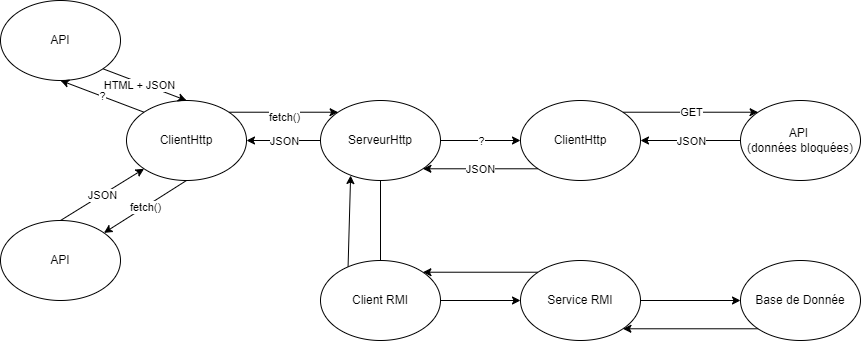
Earlier version of the draw.io export web/architecture.png (LucDechezlepretre/Projet_application_repartie). Source tidied: cells renumbered, new cells last; positions are measured from the earlier drawing's top-left corner, leaving out a move shared by most shapes. Source of this version:
```xml
<mxGraphModel>
  <root>
    <mxCell id="0" />
    <mxCell id="1" parent="0" />
    <mxCell id="2" value="API" style="ellipse;whiteSpace=wrap;html=1;" parent="1" vertex="1">
      <mxGeometry y="220" width="120" height="80" as="geometry" />
    </mxCell>
    <mxCell id="3" value="ClientHttp" style="ellipse;whiteSpace=wrap;html=1;" parent="1" vertex="1">
      <mxGeometry x="126" y="100" width="120" height="80" as="geometry" />
    </mxCell>
    <mxCell id="4" style="endArrow=classic;html=1;rounded=0;exitX=0.5;exitY=0;exitDx=0;exitDy=0;entryX=0;entryY=1;entryDx=0;entryDy=0;" parent="1" edge="1" source="2" target="3">
      <mxGeometry relative="1" as="geometry" />
    </mxCell>
    <mxCell id="5" value="JSON" style="edgeLabel;html=1;align=center;verticalAlign=middle;" parent="4" vertex="1">
      <mxGeometry relative="1" as="geometry" />
    </mxCell>
    <mxCell id="6" style="endArrow=classic;html=1;rounded=0;exitX=0.5;exitY=1;exitDx=0;exitDy=0;" parent="1" edge="1" source="3" target="2">
      <mxGeometry relative="1" as="geometry" />
    </mxCell>
    <mxCell id="7" value="fetch()" style="edgeLabel;html=1;align=center;verticalAlign=middle;" parent="6" vertex="1">
      <mxGeometry relative="1" as="geometry" />
    </mxCell>
    <mxCell id="8" value="API" style="ellipse;whiteSpace=wrap;html=1;" parent="1" vertex="1">
      <mxGeometry width="120" height="80" as="geometry" />
    </mxCell>
    <mxCell id="9" style="endArrow=classic;html=1;rounded=0;exitX=1;exitY=1;exitDx=0;exitDy=0;entryX=0.5;entryY=0;entryDx=0;entryDy=0;" parent="1" edge="1" source="8" target="3">
      <mxGeometry relative="1" as="geometry" />
    </mxCell>
    <mxCell id="10" value="HTML + JSON" style="edgeLabel;html=1;align=center;verticalAlign=middle;" parent="9" vertex="1">
      <mxGeometry relative="1" as="geometry">
        <mxPoint x="-6" as="offset" />
      </mxGeometry>
    </mxCell>
    <mxCell id="11" style="endArrow=classic;html=1;rounded=0;exitX=0;exitY=0;exitDx=0;exitDy=0;entryX=0.5;entryY=1;entryDx=0;entryDy=0;" parent="1" edge="1" source="3" target="8">
      <mxGeometry relative="1" as="geometry" />
    </mxCell>
    <mxCell id="12" value="?" style="edgeLabel;html=1;align=center;verticalAlign=middle;" parent="11" vertex="1">
      <mxGeometry relative="1" as="geometry" />
    </mxCell>
    <mxCell id="13" value="ServeurHttp" style="ellipse;whiteSpace=wrap;html=1;" parent="1" vertex="1">
      <mxGeometry x="320" y="100" width="120" height="80" as="geometry" />
    </mxCell>
    <mxCell id="14" style="endArrow=classic;html=1;rounded=0;exitX=1;exitY=0;exitDx=0;exitDy=0;entryX=0;entryY=0;entryDx=0;entryDy=0;" parent="1" edge="1" source="3" target="13">
      <mxGeometry relative="1" as="geometry" />
    </mxCell>
    <mxCell id="15" value="fetch()" style="edgeLabel;html=1;align=center;verticalAlign=middle;" parent="14" vertex="1">
      <mxGeometry relative="1" as="geometry">
        <mxPoint y="5" as="offset" />
      </mxGeometry>
    </mxCell>
    <mxCell id="16" style="endArrow=classic;html=1;rounded=0;exitX=0;exitY=0.5;exitDx=0;exitDy=0;entryX=1;entryY=0.5;entryDx=0;entryDy=0;" parent="1" edge="1" source="13" target="3">
      <mxGeometry relative="1" as="geometry" />
    </mxCell>
    <mxCell id="17" value="JSON" style="edgeLabel;html=1;align=center;verticalAlign=middle;" parent="16" vertex="1">
      <mxGeometry relative="1" as="geometry" />
    </mxCell>
    <mxCell id="18" value="ClientHttp" style="ellipse;whiteSpace=wrap;html=1;" parent="1" vertex="1">
      <mxGeometry x="520" y="100" width="120" height="80" as="geometry" />
    </mxCell>
    <mxCell id="19" style="endArrow=classic;html=1;rounded=0;exitX=0;exitY=1;exitDx=0;exitDy=0;entryX=1;entryY=1;entryDx=0;entryDy=0;" parent="1" edge="1" source="18" target="13">
      <mxGeometry relative="1" as="geometry" />
    </mxCell>
    <mxCell id="20" value="JSON" style="edgeLabel;html=1;align=center;verticalAlign=middle;" parent="19" vertex="1">
      <mxGeometry relative="1" as="geometry" />
    </mxCell>
    <mxCell id="21" style="endArrow=classic;html=1;rounded=0;exitX=1;exitY=0.5;exitDx=0;exitDy=0;entryX=0;entryY=0.5;entryDx=0;entryDy=0;" parent="1" edge="1" source="13" target="18">
      <mxGeometry relative="1" as="geometry" />
    </mxCell>
    <mxCell id="22" value="?" style="edgeLabel;html=1;align=center;verticalAlign=middle;" parent="21" vertex="1">
      <mxGeometry relative="1" as="geometry" />
    </mxCell>
    <mxCell id="23" value="API&amp;nbsp;&lt;div&gt;(données bloquées)&lt;/div&gt;" style="ellipse;whiteSpace=wrap;html=1;" parent="1" vertex="1">
      <mxGeometry x="740" y="100" width="120" height="80" as="geometry" />
    </mxCell>
    <mxCell id="24" style="endArrow=classic;html=1;rounded=0;exitX=0;exitY=0.5;exitDx=0;exitDy=0;entryX=1;entryY=0.5;entryDx=0;entryDy=0;" parent="1" edge="1" source="23" target="18">
      <mxGeometry relative="1" as="geometry" />
    </mxCell>
    <mxCell id="25" value="JSON" style="edgeLabel;html=1;align=center;verticalAlign=middle;" parent="24" vertex="1">
      <mxGeometry relative="1" as="geometry" />
    </mxCell>
    <mxCell id="26" style="endArrow=classic;html=1;rounded=0;exitX=1;exitY=0;exitDx=0;exitDy=0;entryX=0;entryY=0;entryDx=0;entryDy=0;" parent="1" edge="1" source="18" target="23">
      <mxGeometry relative="1" as="geometry" />
    </mxCell>
    <mxCell id="27" value="GET" style="edgeLabel;html=1;align=center;verticalAlign=middle;" parent="26" vertex="1">
      <mxGeometry relative="1" as="geometry" />
    </mxCell>
    <mxCell id="28" style="endArrow=classic;html=1;rounded=0;entryX=1;entryY=0;entryDx=0;entryDy=0;exitX=0;exitY=0;exitDx=0;exitDy=0;" parent="1" edge="1" source="35" target="34">
      <mxGeometry relative="1" as="geometry" />
    </mxCell>
    <mxCell id="29" style="endArrow=classic;html=1;rounded=0;entryX=0;entryY=0.5;entryDx=0;entryDy=0;exitX=1;exitY=0.5;exitDx=0;exitDy=0;" parent="1" edge="1" source="34" target="35">
      <mxGeometry relative="1" as="geometry" />
    </mxCell>
    <mxCell id="30" style="endArrow=classic;html=1;rounded=0;exitX=0;exitY=1;exitDx=0;exitDy=0;entryX=1;entryY=0.5;entryDx=0;entryDy=0;" parent="1" edge="1" source="37">
      <mxGeometry relative="1" as="geometry">
        <mxPoint x="810" y="335" as="targetPoint" />
      </mxGeometry>
    </mxCell>
    <mxCell id="31" style="endArrow=classic;html=1;rounded=0;exitX=0;exitY=1;exitDx=0;exitDy=0;entryX=1;entryY=1;entryDx=0;entryDy=0;" parent="1" edge="1" source="37" target="35">
      <mxGeometry relative="1" as="geometry" />
    </mxCell>
    <mxCell id="32" style="endArrow=classic;html=1;rounded=0;entryX=0.251;entryY=0.938;entryDx=0;entryDy=0;exitX=0;exitY=0;exitDx=0;exitDy=0;entryPerimeter=0;" parent="1" edge="1" target="13">
      <mxGeometry relative="1" as="geometry">
        <mxPoint x="347.3" y="277.4" as="sourcePoint" />
      </mxGeometry>
    </mxCell>
    <mxCell id="33" style="endArrow=classic;html=1;rounded=0;entryX=0.5;entryY=0;entryDx=0;entryDy=0;exitX=0.5;exitY=1;exitDx=0;exitDy=0;" parent="1" edge="1" source="13">
      <mxGeometry relative="1" as="geometry">
        <mxPoint x="380" y="270" as="targetPoint" />
      </mxGeometry>
    </mxCell>
    <mxCell id="34" value="Client RMI" style="ellipse;whiteSpace=wrap;html=1;" parent="1" vertex="1">
      <mxGeometry x="320" y="260" width="120" height="80" as="geometry" />
    </mxCell>
    <mxCell id="35" value="Service RMI" style="ellipse;whiteSpace=wrap;html=1;" parent="1" vertex="1">
      <mxGeometry x="520" y="260" width="120" height="80" as="geometry" />
    </mxCell>
    <mxCell id="36" style="endArrow=classic;html=1;rounded=0;exitX=1;exitY=0.5;exitDx=0;exitDy=0;entryX=0;entryY=0.5;entryDx=0;entryDy=0;" parent="1" edge="1" source="35" target="37">
      <mxGeometry relative="1" as="geometry" />
    </mxCell>
    <mxCell id="37" value="Base de Donnée" style="ellipse;whiteSpace=wrap;html=1;" parent="1" vertex="1">
      <mxGeometry x="740" y="260" width="120" height="80" as="geometry" />
    </mxCell>
  </root>
</mxGraphModel>
```
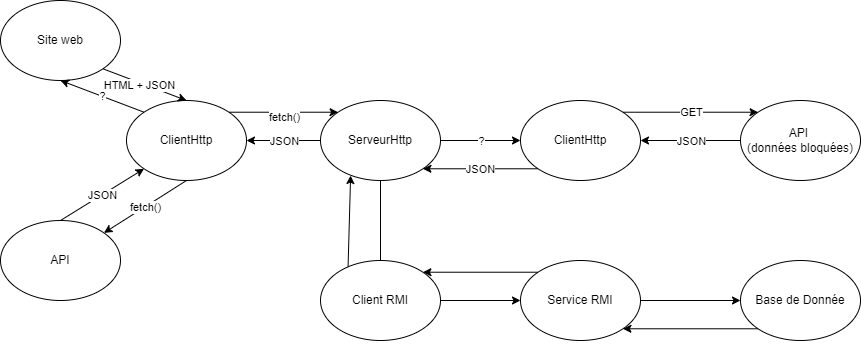
After the change.

What changed in the source:
```diff
@@ -20,7 +20,7 @@
     <mxCell id="7" value="fetch()" style="edgeLabel;html=1;align=center;verticalAlign=middle;" parent="6" vertex="1">
       <mxGeometry relative="1" as="geometry" />
     </mxCell>
-    <mxCell id="8" value="API" style="ellipse;whiteSpace=wrap;html=1;" parent="1" vertex="1">
+    <mxCell id="8" value="Site web" style="ellipse;whiteSpace=wrap;html=1;" parent="1" vertex="1">
       <mxGeometry width="120" height="80" as="geometry" />
     </mxCell>
     <mxCell id="9" style="endArrow=classic;html=1;rounded=0;exitX=1;exitY=1;exitDx=0;exitDy=0;entryX=0.5;entryY=0;entryDx=0;entryDy=0;" parent="1" edge="1" source="8" target="3">
```
